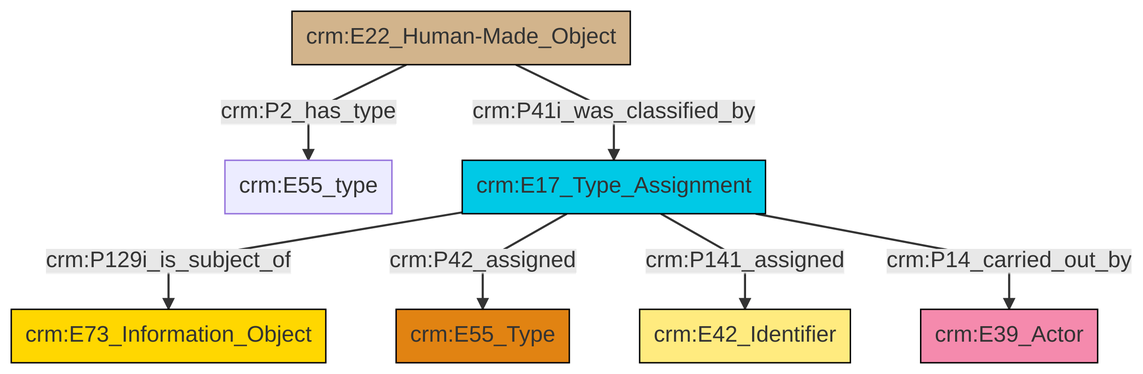
Before: et/builtWorkCSV/ttl/mmd/png/Built_Work_designation_status.png, a diagram exported from Mermaid (swiss-art-research-net/reference-data-models). Its source is kept beside it as et/builtWorkCSV/ttl/mmd/Built_Work_designation_status.ttl.mmd.
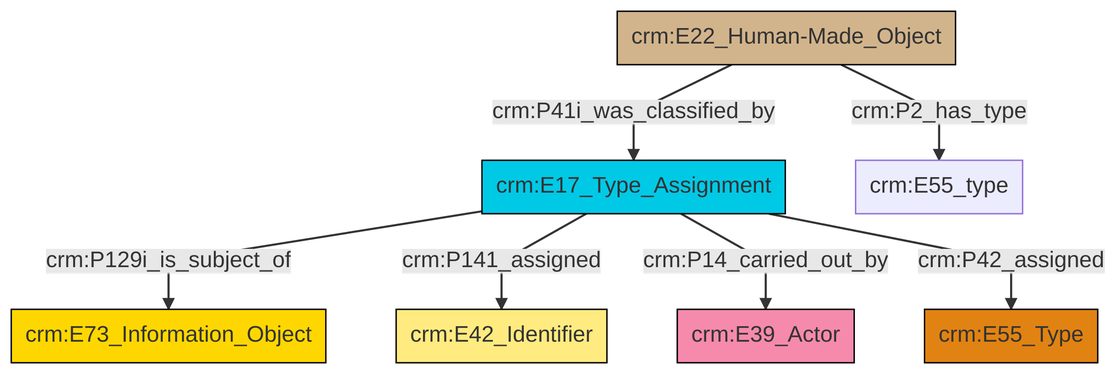
Above is the later version.

Diff of the diagram source:
```diff
@@ -13,9 +13,9 @@
 classDef PC_Classes fill:#4ce600, stroke:#000000;
 classDef Multi fill:#cccccc,stroke:#000000;
 
-4["crm:E17_Type_Assignment"]:::Temporal_Entity -->|crm:P129i_is_subject_of| 5["crm:E73_Information_Object"]:::Conceptual_Object
-7["crm:E22_Human-Made_Object"]:::Physical_Thing -->|crm:P2_has_type| 0["crm:E55_type"]:::Default
-7["crm:E22_Human-Made_Object"]:::Physical_Thing -->|crm:P41i_was_classified_by| 4["crm:E17_Type_Assignment"]:::Temporal_Entity
-4["crm:E17_Type_Assignment"]:::Temporal_Entity -->|crm:P42_assigned| 2["crm:E55_Type"]:::Type
-4["crm:E17_Type_Assignment"]:::Temporal_Entity -->|crm:P141_assigned| 8["crm:E42_Identifier"]:::Appellation
-4["crm:E17_Type_Assignment"]:::Temporal_Entity -->|crm:P14_carried_out_by| 11["crm:E39_Actor"]:::Actor
+2["crm:E17_Type_Assignment"]:::Temporal_Entity -->|crm:P129i_is_subject_of| 3["crm:E73_Information_Object"]:::Conceptual_Object
+0["crm:E22_Human-Made_Object"]:::Physical_Thing -->|crm:P41i_was_classified_by| 2["crm:E17_Type_Assignment"]:::Temporal_Entity
+2["crm:E17_Type_Assignment"]:::Temporal_Entity -->|crm:P141_assigned| 7["crm:E42_Identifier"]:::Appellation
+2["crm:E17_Type_Assignment"]:::Temporal_Entity -->|crm:P14_carried_out_by| 8["crm:E39_Actor"]:::Actor
+2["crm:E17_Type_Assignment"]:::Temporal_Entity -->|crm:P42_assigned| 4["crm:E55_Type"]:::Type
+0["crm:E22_Human-Made_Object"]:::Physical_Thing -->|crm:P2_has_type| 10["crm:E55_type"]:::Default
```
